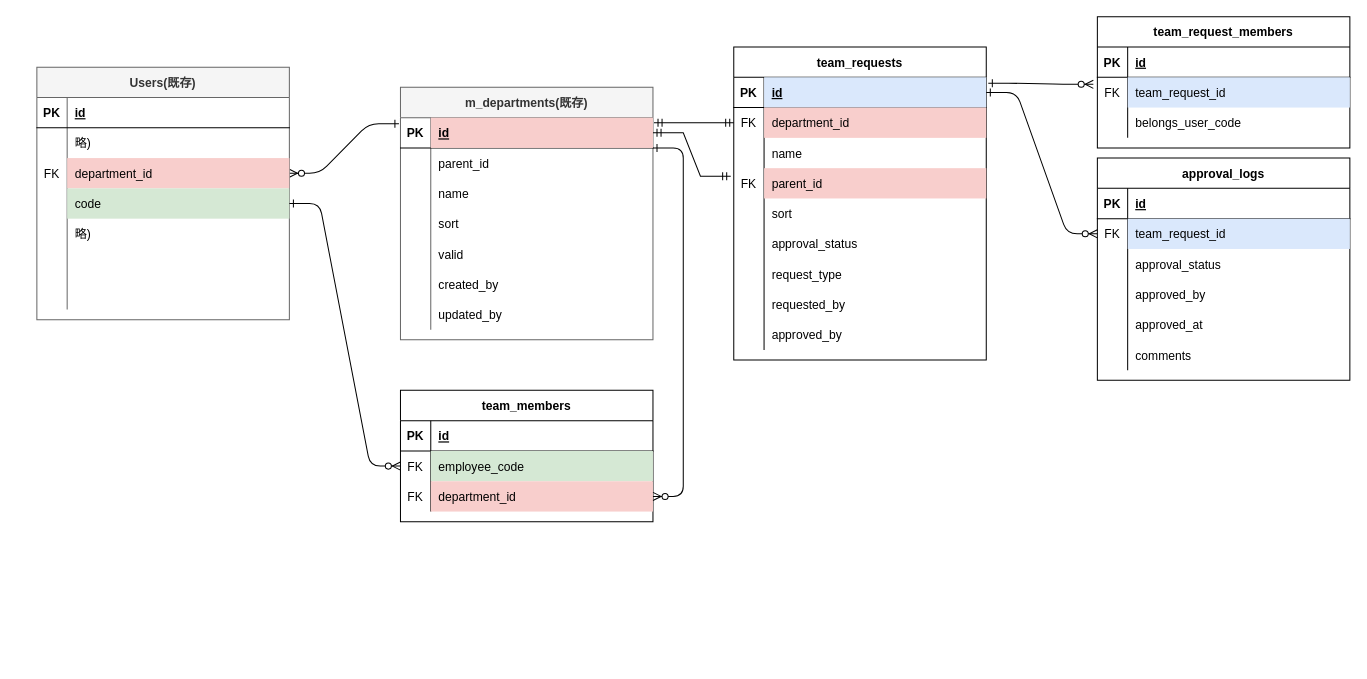
The draw.io diagram rose.drawio in satohirok/twitter_clone_ER, before the edit. Source tidied: cells renumbered, new cells numbered last; positions are measured from the earlier drawing's top-left corner, leaving out a move shared by most shapes. Both pictures are drawn from the tidied source at 101%, with x=0, y=0 at pixel (36, -176).
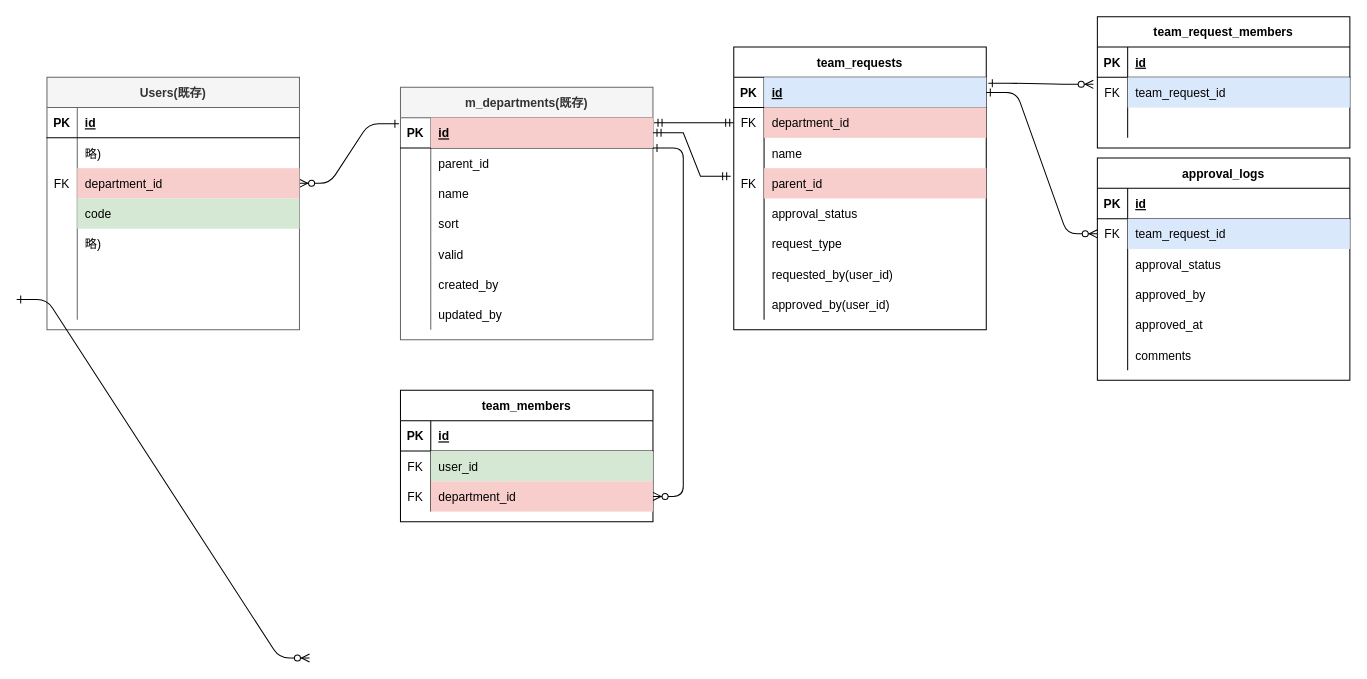
Above is the later version.

Commit message (it also covers changes not shown here):
rose.drawio を更新します

The change refers to these unchanged cells:
```xml
<mxCell id="35" style="shape=partialRectangle;fillColor=none;points=[[0,0.5],[1,0.5]];portConstraint=eastwest;top=0;left=0;right=0;bottom=0;" parent="25" vertex="1">
  <mxGeometry y="120" width="250" height="30" as="geometry" />
</mxCell>
<mxCell id="79" style="shape=partialRectangle;fillColor=none;points=[[0,0.5],[1,0.5]];portConstraint=eastwest;top=0;left=0;right=0;bottom=0;" parent="75" vertex="1">
  <mxGeometry y="60" width="250" height="30" as="geometry" />
</mxCell>
<mxCell id="82" style="shape=partialRectangle;fillColor=none;points=[[0,0.5],[1,0.5]];portConstraint=eastwest;top=0;left=0;right=0;bottom=0;" parent="75" vertex="1">
  <mxGeometry y="90" width="250" height="30" as="geometry" />
</mxCell>
<mxCell id="111" style="shape=partialRectangle;fillColor=none;top=0;left=0;right=0;bottom=0;" parent="104" vertex="1">
  <mxGeometry y="90" width="250" height="30" as="geometry" />
</mxCell>
```

Change to the diagram source:
```diff
@@
     <mxCell id="25" value="Users(既存)" style="shape=table;startSize=30;childLayout=tableLayout;rowLines=0;fontStyle=1;align=center;fillColor=#f5f5f5;fontColor=#333333;strokeColor=#666666;" parent="1" vertex="1">
-      <mxGeometry y="240" width="250" height="250" as="geometry" />
+      <mxGeometry x="10" y="250" width="250" height="250" as="geometry" />
     </mxCell>
@@
     <mxCell id="47" value="team_requests" style="shape=table;startSize=30;childLayout=tableLayout;rowLines=0;fontStyle=1;align=center;" parent="1" vertex="1">
-      <mxGeometry x="690" y="220" width="250" height="310" as="geometry" />
+      <mxGeometry x="690" y="220" width="250" height="280" as="geometry" />
     </mxCell>
@@
-    <mxCell id="60" style="shape=partialRectangle;fillColor=none;top=0;left=0;right=0;bottom=0;" parent="47" vertex="1">
-      <mxGeometry y="150" width="250" height="30" as="geometry" />
-    </mxCell>
-    <mxCell id="61" style="shape=partialRectangle;overflow=hidden;fillColor=none;top=0;left=0;bottom=0;right=0;" parent="60" vertex="1">
-      <mxGeometry width="30" height="30" as="geometry" />
-    </mxCell>
-    <mxCell id="62" value="sort" style="shape=partialRectangle;overflow=hidden;fillColor=none;top=0;left=0;bottom=0;right=0;align=left;spacingLeft=6;" parent="60" vertex="1">
-      <mxGeometry x="30" width="220" height="30" as="geometry" />
-    </mxCell>
     <mxCell id="63" style="shape=partialRectangle;fillColor=none;top=0;left=0;right=0;bottom=0;" parent="47" vertex="1">
-      <mxGeometry y="180" width="250" height="30" as="geometry" />
+      <mxGeometry y="150" width="250" height="30" as="geometry" />
     </mxCell>
@@
     <mxCell id="66" style="shape=partialRectangle;fillColor=none;top=0;left=0;right=0;bottom=0;" parent="47" vertex="1">
-      <mxGeometry y="210" width="250" height="30" as="geometry" />
+      <mxGeometry y="180" width="250" height="30" as="geometry" />
     </mxCell>
@@
     <mxCell id="69" style="shape=partialRectangle;fillColor=none;top=0;left=0;right=0;bottom=0;" parent="47" vertex="1">
-      <mxGeometry y="240" width="250" height="30" as="geometry" />
+      <mxGeometry y="210" width="250" height="30" as="geometry" />
     </mxCell>
@@
-    <mxCell id="71" value="requested_by" style="shape=partialRectangle;overflow=hidden;fillColor=none;top=0;left=0;bottom=0;right=0;align=left;spacingLeft=6;" parent="69" vertex="1">
+    <mxCell id="71" value="requested_by(user_id)" style="shape=partialRectangle;overflow=hidden;fillColor=none;top=0;left=0;bottom=0;right=0;align=left;spacingLeft=6;" parent="69" vertex="1">
       <mxGeometry x="30" width="220" height="30" as="geometry" />
     </mxCell>
     <mxCell id="72" style="shape=partialRectangle;fillColor=none;top=0;left=0;right=0;bottom=0;" parent="47" vertex="1">
-      <mxGeometry y="270" width="250" height="30" as="geometry" />
+      <mxGeometry y="240" width="250" height="30" as="geometry" />
     </mxCell>
@@
-    <mxCell id="74" value="approved_by" style="shape=partialRectangle;overflow=hidden;fillColor=none;top=0;left=0;bottom=0;right=0;align=left;spacingLeft=6;" parent="72" vertex="1">
+    <mxCell id="74" value="approved_by(user_id)" style="shape=partialRectangle;overflow=hidden;fillColor=none;top=0;left=0;bottom=0;right=0;align=left;spacingLeft=6;" parent="72" vertex="1">
       <mxGeometry x="30" width="220" height="30" as="geometry" />
     </mxCell>
@@
-    <mxCell id="81" value="employee_code" style="shape=partialRectangle;overflow=hidden;fillColor=#d5e8d4;top=0;left=0;bottom=0;right=0;align=left;spacingLeft=6;strokeColor=#82b366;" parent="79" vertex="1">
+    <mxCell id="81" value="user_id" style="shape=partialRectangle;overflow=hidden;fillColor=#d5e8d4;top=0;left=0;bottom=0;right=0;align=left;spacingLeft=6;strokeColor=#82b366;" parent="79" vertex="1">
       <mxGeometry x="30" width="220" height="30" as="geometry" />
     </mxCell>
@@
-    <mxCell id="113" value="belongs_user_code" style="shape=partialRectangle;overflow=hidden;fillColor=none;top=0;left=0;bottom=0;right=0;align=left;spacingLeft=6;" parent="111" vertex="1">
+    <mxCell id="113" style="shape=partialRectangle;overflow=hidden;fillColor=none;top=0;left=0;bottom=0;right=0;align=left;spacingLeft=6;" parent="111" vertex="1">
       <mxGeometry x="30" width="220" height="30" as="geometry" />
     </mxCell>
@@
+    <mxCell id="119" style="edgeStyle=entityRelationEdgeStyle;endArrow=ERzeroToMany;startArrow=ERone;endFill=1;startFill=0;entryX=1;entryY=0.5;entryDx=0;entryDy=0;" parent="1" edge="1" target="82">
+      <mxGeometry relative="1" as="geometry">
+        <mxPoint x="610" y="320" as="sourcePoint" />
+      </mxGeometry>
+    </mxCell>
-    <mxCell id="118" style="edgeStyle=entityRelationEdgeStyle;endArrow=ERzeroToMany;startArrow=ERone;endFill=1;startFill=0;entryX=0;entryY=0.5;entryDx=0;entryDy=0;exitX=1;exitY=0.5;exitDx=0;exitDy=0;" parent="1" edge="1" source="35" target="79">
-      <mxGeometry relative="1" as="geometry" />
+    <mxCell id="118" style="edgeStyle=entityRelationEdgeStyle;endArrow=ERzeroToMany;startArrow=ERone;endFill=1;startFill=0;exitX=0;exitY=0.5;exitDx=0;exitDy=0;entryX=0;entryY=0.5;entryDx=0;entryDy=0;" parent="1" edge="1">
+      <mxGeometry relative="1" as="geometry">
+        <mxPoint x="-20" y="470" as="sourcePoint" />
+        <mxPoint x="270" y="825" as="targetPoint" />
+      </mxGeometry>
     </mxCell>
-    <mxCell id="119" style="edgeStyle=entityRelationEdgeStyle;endArrow=ERzeroToMany;startArrow=ERone;endFill=1;startFill=0;entryX=1;entryY=0.5;entryDx=0;entryDy=0;" parent="1" edge="1" target="82">
-      <mxGeometry relative="1" as="geometry">
-        <mxPoint x="610" y="320" as="sourcePoint" />
-      </mxGeometry>
-    </mxCell>
```
